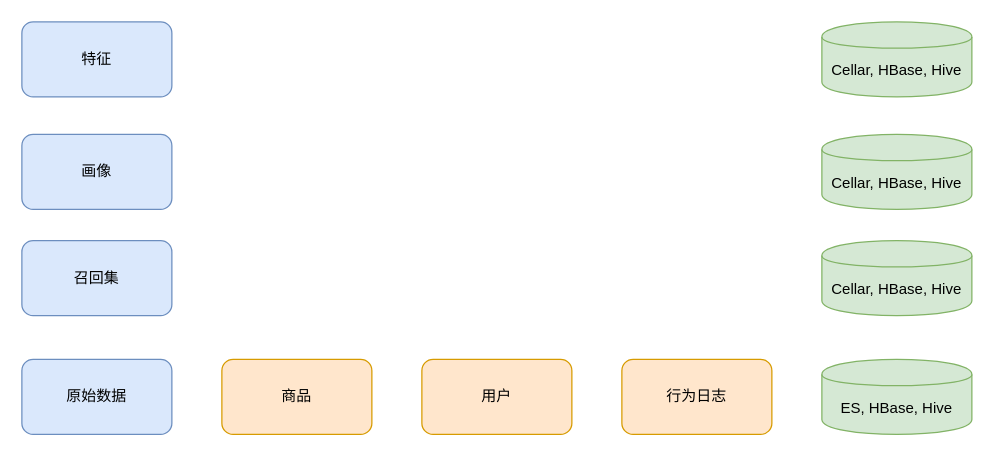
Above: Untitled Diagram.drawio in lyhword/learngit-home (draw.io), before the change. Source tidied: cells renumbered, new cells numbered last; positions are measured from the earlier drawing's top-left corner, leaving out a move shared by most shapes. Both pictures are drawn from the tidied source at 125%, with x=0, y=0 at pixel (21, 21).
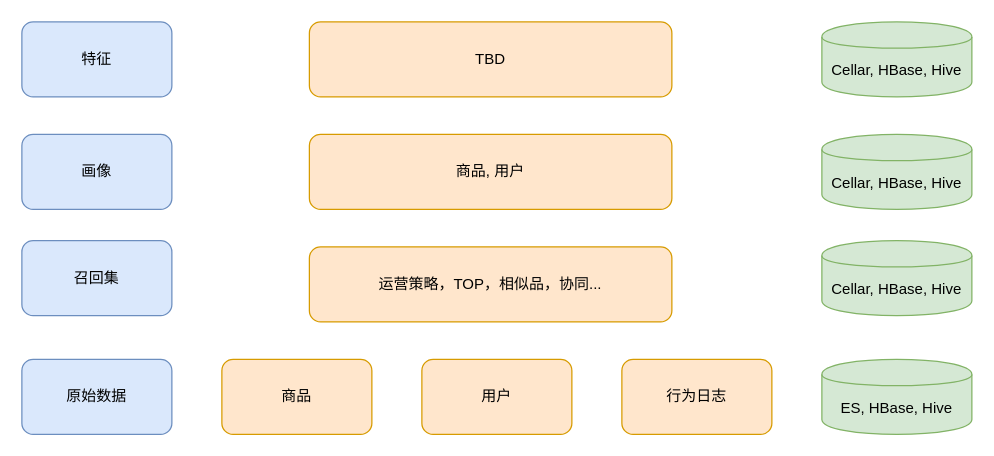
The same diagram, later.

The edit, as a diff of the source:
```diff
@@
 <mxGraphModel>
   <root>
     <mxCell id="0" />
     <mxCell id="1" parent="0" />
     <mxCell id="2" value="原始数据&lt;br&gt;" style="rounded=1;whiteSpace=wrap;html=1;fillColor=#dae8fc;strokeColor=#6c8ebf;" parent="1" vertex="1">
       <mxGeometry y="270" width="120" height="60" as="geometry" />
     </mxCell>
     <mxCell id="3" value="画像&lt;br&gt;" style="rounded=1;whiteSpace=wrap;html=1;fillColor=#dae8fc;strokeColor=#6c8ebf;" parent="1" vertex="1">
       <mxGeometry y="90" width="120" height="60" as="geometry" />
     </mxCell>
     <mxCell id="4" value="召回集&lt;br&gt;" style="rounded=1;whiteSpace=wrap;html=1;fillColor=#dae8fc;strokeColor=#6c8ebf;" parent="1" vertex="1">
       <mxGeometry y="175" width="120" height="60" as="geometry" />
     </mxCell>
     <mxCell id="5" value="特征" style="rounded=1;whiteSpace=wrap;html=1;fillColor=#dae8fc;strokeColor=#6c8ebf;" parent="1" vertex="1">
       <mxGeometry width="120" height="60" as="geometry" />
     </mxCell>
     <mxCell id="6" value="行为日志&lt;br&gt;" style="rounded=1;whiteSpace=wrap;html=1;fillColor=#ffe6cc;strokeColor=#d79b00;" parent="1" vertex="1">
       <mxGeometry x="480" y="270" width="120" height="60" as="geometry" />
     </mxCell>
     <mxCell id="7" value="商品&lt;br&gt;" style="rounded=1;whiteSpace=wrap;html=1;fillColor=#ffe6cc;strokeColor=#d79b00;" parent="1" vertex="1">
       <mxGeometry x="160" y="270" width="120" height="60" as="geometry" />
     </mxCell>
     <mxCell id="8" value="用户&lt;br&gt;" style="rounded=1;whiteSpace=wrap;html=1;fillColor=#ffe6cc;strokeColor=#d79b00;" parent="1" vertex="1">
       <mxGeometry x="320" y="270" width="120" height="60" as="geometry" />
     </mxCell>
     <mxCell id="9" value="ES, HBase, Hive&lt;br&gt;" style="shape=cylinder;whiteSpace=wrap;html=1;boundedLbl=1;backgroundOutline=1;fillColor=#d5e8d4;strokeColor=#82b366;" parent="1" vertex="1">
       <mxGeometry x="640" y="270" width="120" height="60" as="geometry" />
     </mxCell>
     <mxCell id="10" value="Cellar, HBase, Hive&lt;br&gt;" style="shape=cylinder;whiteSpace=wrap;html=1;boundedLbl=1;backgroundOutline=1;fillColor=#d5e8d4;strokeColor=#82b366;" parent="1" vertex="1">
       <mxGeometry x="640" y="175" width="120" height="60" as="geometry" />
     </mxCell>
     <mxCell id="11" value="Cellar, HBase, Hive&lt;br&gt;" style="shape=cylinder;whiteSpace=wrap;html=1;boundedLbl=1;backgroundOutline=1;fillColor=#d5e8d4;strokeColor=#82b366;" parent="1" vertex="1">
       <mxGeometry x="640" y="90" width="120" height="60" as="geometry" />
     </mxCell>
     <mxCell id="12" value="Cellar, HBase, Hive&lt;br&gt;" style="shape=cylinder;whiteSpace=wrap;html=1;boundedLbl=1;backgroundOutline=1;fillColor=#d5e8d4;strokeColor=#82b366;" parent="1" vertex="1">
       <mxGeometry x="640" width="120" height="60" as="geometry" />
     </mxCell>
+    <mxCell id="13" value="运营策略，TOP，相似品，协同...&lt;br&gt;" style="rounded=1;whiteSpace=wrap;html=1;fillColor=#ffe6cc;strokeColor=#d79b00;" parent="1" vertex="1">
+      <mxGeometry x="230" y="180" width="290" height="60" as="geometry" />
+    </mxCell>
+    <mxCell id="14" value="商品, 用户&lt;br&gt;" style="rounded=1;whiteSpace=wrap;html=1;fillColor=#ffe6cc;strokeColor=#d79b00;" parent="1" vertex="1">
+      <mxGeometry x="230" y="90" width="290" height="60" as="geometry" />
+    </mxCell>
+    <mxCell id="15" value="TBD" style="rounded=1;whiteSpace=wrap;html=1;fillColor=#ffe6cc;strokeColor=#d79b00;" parent="1" vertex="1">
+      <mxGeometry x="230" width="290" height="60" as="geometry" />
+    </mxCell>
   </root>
 </mxGraphModel>
```
